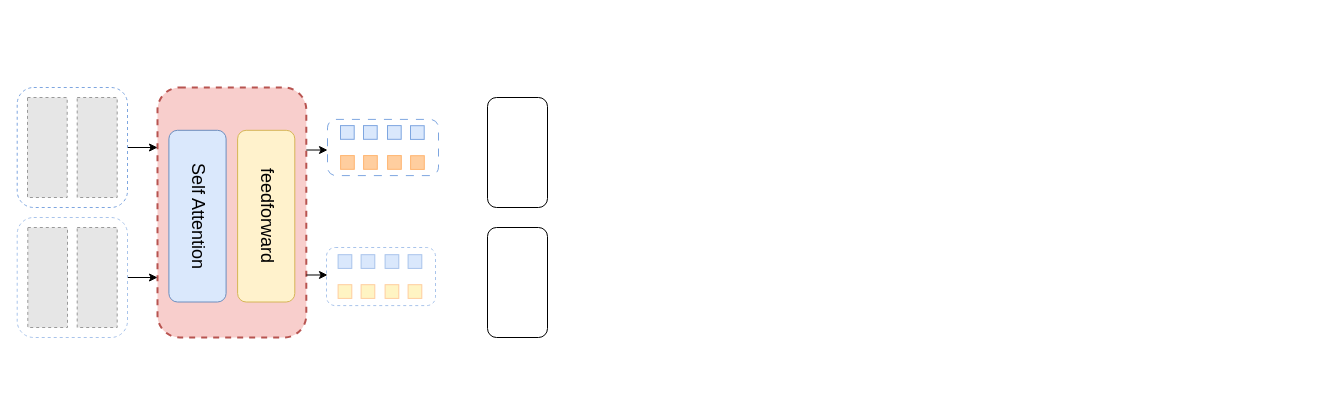
Earlier version of the draw.io diagram 11.17mulview.drawio (CZYdeGithub/drawio). Source tidied: cells renumbered, new cells numbered last; positions are measured from the earlier drawing's top-left corner, leaving out a move shared by most shapes. Both pictures are drawn from the tidied source at 100%, with x=0, y=0 at pixel (17, 87). Pictures stored in the file or linked from it are replaced by grey dashed boxes.
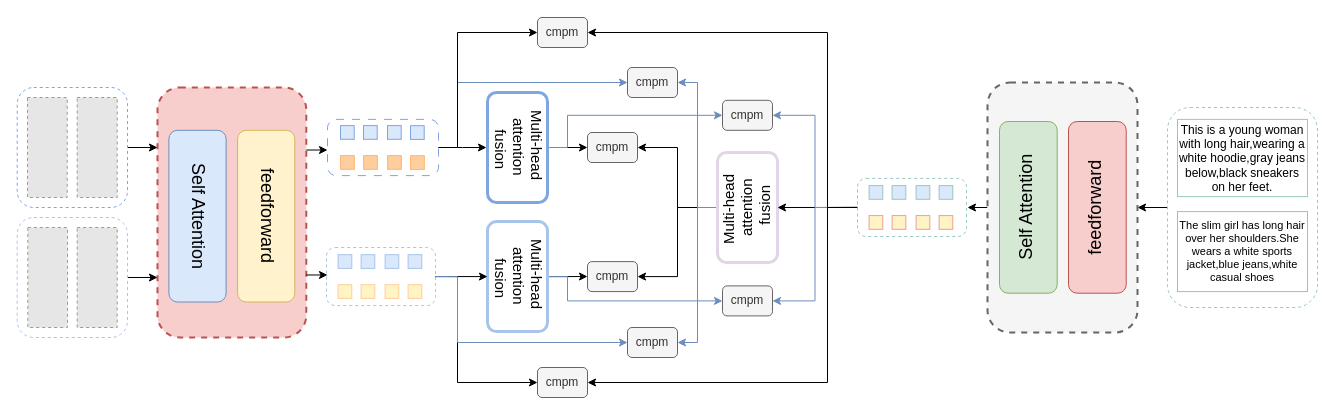
Above is the later version.

Unchanged cells that the change refers to:
```xml
<mxCell id="23" style="rounded=1;whiteSpace=wrap;html=1;fillColor=none;dashed=1;strokeColor=#A9C4EB;" parent="14" vertex="1">
  <mxGeometry width="109" height="58.1" as="geometry" />
</mxCell>
<mxCell id="33" style="rounded=1;whiteSpace=wrap;html=1;fillColor=none;strokeColor=#7EA6E0;dashed=1;dashPattern=8 8;" parent="24" vertex="1">
  <mxGeometry width="111" height="56.2" as="geometry" />
</mxCell>
```

Change to the diagram source:
```diff
@@
-    <mxCell id="2" style="group;" parent="1" vertex="1">
-      <mxGeometry x="-0.3" width="421.3" height="250" as="geometry" />
-    </mxCell>
+    <mxCell id="38" style="edgeStyle=orthogonalEdgeStyle;rounded=0;jettySize=auto;html=1;exitX=0;exitY=0.5;exitDx=0;exitDy=0;entryX=0;entryY=0.5;entryDx=0;entryDy=0;" parent="1" edge="1" source="36" target="51">
+      <mxGeometry relative="1" as="geometry" />
+    </mxCell>
+    <mxCell id="39" style="edgeStyle=orthogonalEdgeStyle;rounded=0;jettySize=auto;html=1;exitX=0;exitY=0.5;exitDx=0;exitDy=0;entryX=0;entryY=0.5;entryDx=0;entryDy=0;fillColor=#dae8fc;strokeColor=#6c8ebf;" parent="1" edge="1" source="36" target="60">
+      <mxGeometry relative="1" as="geometry">
+        <Array as="points">
+          <mxPoint x="550" y="60" />
+          <mxPoint x="550" y="28" />
+        </Array>
+      </mxGeometry>
+    </mxCell>
+    <mxCell id="36" value="Multi-head&amp;nbsp;&lt;div style=&quot;font-size: 15px;&quot;&gt;attention&lt;/div&gt;&lt;div style=&quot;font-size: 15px;&quot;&gt;&amp;nbsp;fusion&lt;/div&gt;" style="rounded=1;whiteSpace=wrap;html=1;direction=west;textDirection=vertical-rl;fontSize=15;strokeColor=#7EA6E0;strokeWidth=3;" parent="1" vertex="1">
+      <mxGeometry x="470" y="5" width="60" height="110" as="geometry" />
+    </mxCell>
+    <mxCell id="40" style="edgeStyle=orthogonalEdgeStyle;rounded=0;jettySize=auto;html=1;exitX=1;exitY=0.5;exitDx=0;exitDy=0;" parent="1" edge="1" source="37">
+      <mxGeometry relative="1" as="geometry">
+        <mxPoint x="570" y="189" as="targetPoint" />
+      </mxGeometry>
+    </mxCell>
+    <mxCell id="41" style="edgeStyle=orthogonalEdgeStyle;rounded=0;jettySize=auto;html=1;exitX=1;exitY=0.5;exitDx=0;exitDy=0;entryX=0;entryY=0.5;entryDx=0;entryDy=0;fillColor=#dae8fc;strokeColor=#6c8ebf;" parent="1" edge="1" source="37" target="61">
+      <mxGeometry relative="1" as="geometry">
+        <Array as="points">
+          <mxPoint x="550" y="189" />
+          <mxPoint x="550" y="213" />
+        </Array>
+      </mxGeometry>
+    </mxCell>
+    <mxCell id="37" value="&lt;span style=&quot;font-size: 15px;&quot;&gt;Multi-head&amp;nbsp;&lt;/span&gt;&lt;div style=&quot;font-size: 15px;&quot;&gt;attention&lt;/div&gt;&lt;div style=&quot;font-size: 15px;&quot;&gt;&amp;nbsp;fusion&lt;/div&gt;" style="rounded=1;whiteSpace=wrap;html=1;textDirection=vertical-rl;strokeColor=#A9C4EB;strokeWidth=3;" parent="1" vertex="1">
+      <mxGeometry x="470" y="134.1" width="60" height="110" as="geometry" />
+    </mxCell>
+    <mxCell id="42" style="edgeStyle=orthogonalEdgeStyle;rounded=0;jettySize=auto;html=1;exitX=1;exitY=0.5;exitDx=0;exitDy=0;" parent="1" edge="1" source="33">
+      <mxGeometry relative="1" as="geometry">
+        <mxPoint x="469" y="60" as="targetPoint" />
+      </mxGeometry>
+    </mxCell>
+    <mxCell id="43" style="edgeStyle=orthogonalEdgeStyle;rounded=0;jettySize=auto;html=1;exitX=1;exitY=0.5;exitDx=0;exitDy=0;entryX=0;entryY=0.5;entryDx=0;entryDy=0;" parent="1" edge="1" source="23" target="37">
+      <mxGeometry relative="1" as="geometry" />
+    </mxCell>
+    <mxCell id="44" style="edgeStyle=orthogonalEdgeStyle;rounded=0;jettySize=auto;html=1;exitX=1;exitY=0.5;exitDx=0;exitDy=0;entryX=1;entryY=0.5;entryDx=0;entryDy=0;" parent="1" edge="1" source="48" target="51">
+      <mxGeometry relative="1" as="geometry" />
+    </mxCell>
+    <mxCell id="45" style="edgeStyle=orthogonalEdgeStyle;rounded=0;jettySize=auto;html=1;entryX=1;entryY=0.5;entryDx=0;entryDy=0;" parent="1" edge="1" source="48" target="50">
+      <mxGeometry relative="1" as="geometry" />
+    </mxCell>
+    <mxCell id="46" style="edgeStyle=orthogonalEdgeStyle;rounded=0;jettySize=auto;html=1;exitX=1;exitY=0.5;exitDx=0;exitDy=0;entryX=1;entryY=0.5;entryDx=0;entryDy=0;fillColor=#dae8fc;strokeColor=#6c8ebf;" parent="1" edge="1" source="48" target="54">
+      <mxGeometry relative="1" as="geometry" />
+    </mxCell>
+    <mxCell id="47" style="edgeStyle=orthogonalEdgeStyle;rounded=0;jettySize=auto;html=1;exitX=1;exitY=0.5;exitDx=0;exitDy=0;entryX=1;entryY=0.5;entryDx=0;entryDy=0;fillColor=#dae8fc;strokeColor=#6c8ebf;" parent="1" edge="1" source="48" target="55">
+      <mxGeometry relative="1" as="geometry" />
+    </mxCell>
+    <mxCell id="48" value="Multi-head&amp;nbsp;&lt;div style=&quot;font-size: 15px;&quot;&gt;attention&lt;/div&gt;&lt;div style=&quot;font-size: 15px;&quot;&gt;&amp;nbsp;fusion&lt;/div&gt;" style="rounded=1;whiteSpace=wrap;html=1;direction=east;textDirection=vertical-rl;fontSize=15;strokeColor=#E1D5E7;flipV=1;flipH=1;rotation=-180;strokeWidth=3;" parent="1" vertex="1">
+      <mxGeometry x="700" y="65" width="60" height="110" as="geometry" />
+    </mxCell>
+    <mxCell id="49" value="This is a young woman with long hair,wearing a white hoodie,gray jeans below,black sneakers on her feet." style="text;html=1;align=center;verticalAlign=middle;whiteSpace=wrap;rounded=0;strokeColor=#9AC7BF;fontSize=12;direction=south;" parent="1" vertex="1">
+      <mxGeometry x="1160" y="31.9" width="130" height="77.2" as="geometry" />
+    </mxCell>
+    <mxCell id="50" value="cmpm" style="rounded=1;whiteSpace=wrap;html=1;fillColor=#f5f5f5;fontColor=#333333;strokeColor=#666666;" parent="1" vertex="1">
+      <mxGeometry x="570" y="174.1" width="50" height="30" as="geometry" />
+    </mxCell>
+    <mxCell id="51" value="cmpm" style="rounded=1;whiteSpace=wrap;html=1;fillColor=#f5f5f5;fontColor=#333333;strokeColor=#666666;" parent="1" vertex="1">
+      <mxGeometry x="570" y="45" width="50" height="30" as="geometry" />
+    </mxCell>
-    <mxCell id="3" style="rounded=1;whiteSpace=wrap;html=1;fillColor=#f8cecc;strokeColor=#b85450;dashed=1;strokeWidth=2;" parent="2" vertex="1">
-      <mxGeometry x="140.3" width="148.8" height="250" as="geometry" />
+    <mxCell id="3" style="rounded=1;whiteSpace=wrap;html=1;fillColor=#f8cecc;strokeColor=#b85450;dashed=1;strokeWidth=2;" parent="1" vertex="1">
+      <mxGeometry x="140" width="148.8" height="250" as="geometry" />
     </mxCell>
-    <mxCell id="4" value="Self Attention" style="rounded=1;whiteSpace=wrap;html=1;textDirection=vertical-lr;fontSize=18;fillColor=#dae8fc;strokeColor=#6c8ebf;" parent="2" vertex="1">
-      <mxGeometry x="151.7" y="42.8" width="57.2" height="171.7" as="geometry" />
+    <mxCell id="4" value="Self Attention" style="rounded=1;whiteSpace=wrap;html=1;textDirection=vertical-lr;fontSize=18;fillColor=#dae8fc;strokeColor=#6c8ebf;" parent="1" vertex="1">
+      <mxGeometry x="151.4" y="42.8" width="57.2" height="171.7" as="geometry" />
     </mxCell>
-    <mxCell id="5" value="feedforward" style="rounded=1;whiteSpace=wrap;html=1;textDirection=vertical-lr;fontSize=18;fillColor=#fff2cc;strokeColor=#d6b656;" parent="2" vertex="1">
-      <mxGeometry x="220.4" y="42.8" width="57.2" height="171.7" as="geometry" />
+    <mxCell id="5" value="feedforward" style="rounded=1;whiteSpace=wrap;html=1;textDirection=vertical-lr;fontSize=18;fillColor=#fff2cc;strokeColor=#d6b656;" parent="1" vertex="1">
+      <mxGeometry x="220.1" y="42.8" width="57.2" height="171.7" as="geometry" />
     </mxCell>
-    <mxCell id="6" style="fillColor=#E6E6E6;strokeColor=#999999;dashed=1;verticalLabelPosition=bottom;labelBackgroundColor=default;verticalAlign=top;" parent="2" vertex="1">
-      <mxGeometry x="10.3" y="10" width="39.7" height="100" as="geometry" />
+    <mxCell id="6" style="fillColor=#E6E6E6;strokeColor=#999999;dashed=1;verticalLabelPosition=bottom;labelBackgroundColor=default;verticalAlign=top;" parent="1" vertex="1">
+      <mxGeometry x="10" y="10" width="39.7" height="100" as="geometry" />
     </mxCell>
-    <mxCell id="7" style="fillColor=#E6E6E6;strokeColor=#999999;dashed=1;verticalLabelPosition=bottom;labelBackgroundColor=default;verticalAlign=top;" parent="2" vertex="1">
-      <mxGeometry x="60" y="10" width="40" height="100" as="geometry" />
+    <mxCell id="7" style="fillColor=#E6E6E6;strokeColor=#999999;dashed=1;verticalLabelPosition=bottom;labelBackgroundColor=default;verticalAlign=top;" parent="1" vertex="1">
+      <mxGeometry x="59.7" y="10" width="40" height="100" as="geometry" />
     </mxCell>
-    <mxCell id="8" style="edgeStyle=orthogonalEdgeStyle;rounded=0;jettySize=auto;html=1;exitX=1;exitY=0.5;exitDx=0;exitDy=0;" parent="2" edge="1" source="9">
+    <mxCell id="8" style="edgeStyle=orthogonalEdgeStyle;rounded=0;jettySize=auto;html=1;exitX=1;exitY=0.5;exitDx=0;exitDy=0;" parent="1" edge="1" source="9">
       <mxGeometry relative="1" as="geometry">
-        <mxPoint x="140.3" y="60" as="targetPoint" />
+        <mxPoint x="140" y="60" as="targetPoint" />
       </mxGeometry>
     </mxCell>
-    <mxCell id="9" style="rounded=1;whiteSpace=wrap;html=1;fillColor=none;dashed=1;strokeColor=#7EA6E0;" parent="2" vertex="1">
-      <mxGeometry width="110.3" height="120" as="geometry" />
+    <mxCell id="9" style="rounded=1;whiteSpace=wrap;html=1;fillColor=none;dashed=1;strokeColor=#7EA6E0;" parent="1" vertex="1">
+      <mxGeometry x="-0.3" width="110.3" height="120" as="geometry" />
     </mxCell>
-    <mxCell id="10" style="edgeStyle=orthogonalEdgeStyle;rounded=0;jettySize=auto;html=1;exitX=1;exitY=0.5;exitDx=0;exitDy=0;" parent="2" edge="1" source="13">
+    <mxCell id="10" style="edgeStyle=orthogonalEdgeStyle;rounded=0;jettySize=auto;html=1;exitX=1;exitY=0.5;exitDx=0;exitDy=0;" parent="1" edge="1" source="13">
       <mxGeometry relative="1" as="geometry">
-        <mxPoint x="140.3" y="190" as="targetPoint" />
+        <mxPoint x="140" y="190" as="targetPoint" />
       </mxGeometry>
     </mxCell>
-    <mxCell id="11" style="fillColor=#E6E6E6;strokeColor=#999999;dashed=1;verticalLabelPosition=bottom;labelBackgroundColor=default;verticalAlign=top;" parent="2" vertex="1">
-      <mxGeometry x="10.6" y="140" width="39.7" height="100" as="geometry" />
+    <mxCell id="11" style="fillColor=#E6E6E6;strokeColor=#999999;dashed=1;verticalLabelPosition=bottom;labelBackgroundColor=default;verticalAlign=top;" parent="1" vertex="1">
+      <mxGeometry x="10.3" y="140" width="39.7" height="100" as="geometry" />
     </mxCell>
-    <mxCell id="12" style="fillColor=#E6E6E6;strokeColor=#999999;dashed=1;verticalLabelPosition=bottom;labelBackgroundColor=default;verticalAlign=top;" parent="2" vertex="1">
-      <mxGeometry x="60" y="140" width="40" height="100" as="geometry" />
+    <mxCell id="12" style="fillColor=#E6E6E6;strokeColor=#999999;dashed=1;verticalLabelPosition=bottom;labelBackgroundColor=default;verticalAlign=top;" parent="1" vertex="1">
+      <mxGeometry x="59.7" y="140" width="40" height="100" as="geometry" />
     </mxCell>
-    <mxCell id="13" style="rounded=1;whiteSpace=wrap;html=1;fillColor=none;strokeColor=#A9C4EB;dashed=1;" parent="2" vertex="1">
-      <mxGeometry y="130" width="110.3" height="120" as="geometry" />
+    <mxCell id="13" style="rounded=1;whiteSpace=wrap;html=1;fillColor=none;strokeColor=#A9C4EB;dashed=1;" parent="1" vertex="1">
+      <mxGeometry x="-0.3" y="130" width="110.3" height="120" as="geometry" />
     </mxCell>
-    <mxCell id="14" style="group;" parent="2" vertex="1">
-      <mxGeometry x="309.3" y="160" width="109" height="58.1" as="geometry" />
+    <mxCell id="14" style="group;" parent="1" vertex="1">
+      <mxGeometry x="309" y="160" width="109" height="58.1" as="geometry" />
     </mxCell>
@@
-    <mxCell id="24" style="group;" parent="2" vertex="1">
-      <mxGeometry x="310.3" y="31.9" width="111" height="56.2" as="geometry" />
+    <mxCell id="24" style="group;" parent="1" vertex="1">
+      <mxGeometry x="310" y="31.9" width="111" height="56.2" as="geometry" />
     </mxCell>
@@
-    <mxCell id="34" style="edgeStyle=orthogonalEdgeStyle;rounded=0;jettySize=auto;html=1;exitX=1;exitY=0.25;exitDx=0;exitDy=0;entryX=0;entryY=0.545;entryDx=0;entryDy=0;entryPerimeter=0;" parent="2" edge="1" source="3" target="33">
+    <mxCell id="34" style="edgeStyle=orthogonalEdgeStyle;rounded=0;jettySize=auto;html=1;exitX=1;exitY=0.25;exitDx=0;exitDy=0;entryX=0;entryY=0.545;entryDx=0;entryDy=0;entryPerimeter=0;" parent="1" edge="1" source="3" target="33">
       <mxGeometry relative="1" as="geometry" />
     </mxCell>
-    <mxCell id="35" style="edgeStyle=orthogonalEdgeStyle;rounded=0;jettySize=auto;html=1;exitX=1;exitY=0.75;exitDx=0;exitDy=0;entryX=0.009;entryY=0.473;entryDx=0;entryDy=0;entryPerimeter=0;" parent="2" edge="1" source="3" target="23">
+    <mxCell id="35" style="edgeStyle=orthogonalEdgeStyle;rounded=0;jettySize=auto;html=1;exitX=1;exitY=0.75;exitDx=0;exitDy=0;entryX=0.009;entryY=0.473;entryDx=0;entryDy=0;entryPerimeter=0;" parent="1" edge="1" source="3" target="23">
       <mxGeometry relative="1" as="geometry" />
     </mxCell>
-    <mxCell id="36" style="rounded=1;whiteSpace=wrap;html=1;" parent="1" vertex="1">
-      <mxGeometry x="470" y="10" width="60" height="110" as="geometry" />
-    </mxCell>
-    <mxCell id="37" style="rounded=1;whiteSpace=wrap;html=1;" parent="1" vertex="1">
-      <mxGeometry x="470" y="140" width="60" height="110" as="geometry" />
-    </mxCell>
+    <mxCell id="52" value="cmpm" style="rounded=1;whiteSpace=wrap;html=1;fillColor=#f5f5f5;fontColor=#333333;strokeColor=#666666;" parent="1" vertex="1">
+      <mxGeometry x="520" y="280" width="50" height="30" as="geometry" />
+    </mxCell>
+    <mxCell id="53" value="cmpm" style="rounded=1;whiteSpace=wrap;html=1;fillColor=#f5f5f5;fontColor=#333333;strokeColor=#666666;" parent="1" vertex="1">
+      <mxGeometry x="520" y="-70" width="50" height="30" as="geometry" />
+    </mxCell>
+    <mxCell id="54" value="cmpm" style="rounded=1;whiteSpace=wrap;html=1;fillColor=#f5f5f5;fontColor=#333333;strokeColor=#666666;" parent="1" vertex="1">
+      <mxGeometry x="610" y="-20" width="50" height="30" as="geometry" />
+    </mxCell>
+    <mxCell id="55" value="cmpm" style="rounded=1;whiteSpace=wrap;html=1;fillColor=#f5f5f5;fontColor=#333333;strokeColor=#666666;" parent="1" vertex="1">
+      <mxGeometry x="610" y="240" width="50" height="30" as="geometry" />
+    </mxCell>
+    <mxCell id="56" style="edgeStyle=orthogonalEdgeStyle;rounded=0;jettySize=auto;html=1;exitX=1;exitY=0.5;exitDx=0;exitDy=0;entryX=0;entryY=0.5;entryDx=0;entryDy=0;fillColor=#dae8fc;strokeColor=#6c8ebf;" parent="1" edge="1" source="33" target="54">
+      <mxGeometry relative="1" as="geometry">
+        <Array as="points">
+          <mxPoint x="440" y="60" />
+          <mxPoint x="440" y="-5" />
+        </Array>
+      </mxGeometry>
+    </mxCell>
+    <mxCell id="57" style="edgeStyle=orthogonalEdgeStyle;rounded=0;jettySize=auto;html=1;exitX=1;exitY=0.5;exitDx=0;exitDy=0;entryX=0;entryY=0.5;entryDx=0;entryDy=0;" parent="1" edge="1" source="23" target="52">
+      <mxGeometry relative="1" as="geometry">
+        <Array as="points">
+          <mxPoint x="440" y="189" />
+          <mxPoint x="440" y="295" />
+        </Array>
+      </mxGeometry>
+    </mxCell>
+    <mxCell id="58" style="edgeStyle=orthogonalEdgeStyle;rounded=0;jettySize=auto;html=1;exitX=1;exitY=0.5;exitDx=0;exitDy=0;entryX=0;entryY=0.5;entryDx=0;entryDy=0;" parent="1" edge="1" source="33" target="53">
+      <mxGeometry relative="1" as="geometry">
+        <Array as="points">
+          <mxPoint x="440" y="60" />
+          <mxPoint x="440" y="-55" />
+        </Array>
+      </mxGeometry>
+    </mxCell>
+    <mxCell id="59" style="edgeStyle=orthogonalEdgeStyle;rounded=0;jettySize=auto;html=1;exitX=1;exitY=0.5;exitDx=0;exitDy=0;entryX=0;entryY=0.5;entryDx=0;entryDy=0;fillColor=#dae8fc;strokeColor=#6c8ebf;" parent="1" edge="1" source="23" target="55">
+      <mxGeometry relative="1" as="geometry">
+        <Array as="points">
+          <mxPoint x="440" y="189" />
+          <mxPoint x="440" y="255" />
+        </Array>
+      </mxGeometry>
+    </mxCell>
+    <mxCell id="60" value="cmpm" style="rounded=1;whiteSpace=wrap;html=1;fillColor=#f5f5f5;fontColor=#333333;strokeColor=#666666;" parent="1" vertex="1">
+      <mxGeometry x="705" y="12.8" width="50" height="30" as="geometry" />
+    </mxCell>
+    <mxCell id="61" value="cmpm" style="rounded=1;whiteSpace=wrap;html=1;fillColor=#f5f5f5;fontColor=#333333;strokeColor=#666666;" parent="1" vertex="1">
+      <mxGeometry x="705" y="198.4" width="50" height="30" as="geometry" />
+    </mxCell>
+    <mxCell id="62" value="The slim girl has long hair over her shoulders.She wears a white sports jacket,blue jeans,white casual shoes" style="text;html=1;align=center;verticalAlign=middle;whiteSpace=wrap;rounded=0;strokeColor=#F19C99;fontSize=11;direction=south;" parent="1" vertex="1">
+      <mxGeometry x="1160" y="124.1" width="130" height="80" as="geometry" />
+    </mxCell>
+    <mxCell id="63" style="edgeStyle=orthogonalEdgeStyle;rounded=0;jettySize=auto;html=1;exitX=0;exitY=0.5;exitDx=0;exitDy=0;entryX=1;entryY=0.5;entryDx=0;entryDy=0;" parent="1" edge="1" source="64" target="81">
+      <mxGeometry relative="1" as="geometry" />
+    </mxCell>
+    <mxCell id="64" style="rounded=1;whiteSpace=wrap;html=1;fillColor=none;strokeColor=#9AC7BF;dashed=1;" parent="1" vertex="1">
+      <mxGeometry x="1150" y="20" width="150" height="200" as="geometry" />
+    </mxCell>
+    <mxCell id="65" style="edgeStyle=orthogonalEdgeStyle;rounded=0;jettySize=auto;html=1;exitX=0;exitY=0.5;exitDx=0;exitDy=0;entryX=0;entryY=0.5;entryDx=0;entryDy=0;" parent="1" edge="1" source="78" target="48">
+      <mxGeometry relative="1" as="geometry" />
+    </mxCell>
+    <mxCell id="66" style="edgeStyle=orthogonalEdgeStyle;rounded=0;jettySize=auto;html=1;exitX=0;exitY=0.5;exitDx=0;exitDy=0;entryX=1;entryY=0.5;entryDx=0;entryDy=0;fillColor=#dae8fc;strokeColor=#6c8ebf;" parent="1" edge="1" source="78" target="60">
+      <mxGeometry relative="1" as="geometry" />
+    </mxCell>
+    <mxCell id="67" style="edgeStyle=orthogonalEdgeStyle;rounded=0;jettySize=auto;html=1;exitX=0;exitY=0.5;exitDx=0;exitDy=0;entryX=1;entryY=0.5;entryDx=0;entryDy=0;fillColor=#dae8fc;strokeColor=#6c8ebf;" parent="1" edge="1" source="78" target="61">
+      <mxGeometry relative="1" as="geometry" />
+    </mxCell>
+    <mxCell id="68" style="edgeStyle=orthogonalEdgeStyle;rounded=0;jettySize=auto;html=1;exitX=0;exitY=0.5;exitDx=0;exitDy=0;entryX=1;entryY=0.5;entryDx=0;entryDy=0;" parent="1" edge="1" source="78" target="53">
+      <mxGeometry relative="1" as="geometry">
+        <Array as="points">
+          <mxPoint x="810" y="120" />
+          <mxPoint x="810" y="-55" />
+        </Array>
+      </mxGeometry>
+    </mxCell>
+    <mxCell id="69" style="edgeStyle=orthogonalEdgeStyle;rounded=0;jettySize=auto;html=1;exitX=0;exitY=0.5;exitDx=0;exitDy=0;entryX=1;entryY=0.5;entryDx=0;entryDy=0;" parent="1" edge="1" source="78" target="52">
+      <mxGeometry relative="1" as="geometry">
+        <Array as="points">
+          <mxPoint x="810" y="120" />
+          <mxPoint x="810" y="295" />
+        </Array>
+      </mxGeometry>
+    </mxCell>
+    <mxCell id="70" style="whiteSpace=wrap;html=1;direction=west;fillColor=#dae8fc;strokeColor=#9AC7BF;" parent="1" vertex="1">
+      <mxGeometry x="874.6" y="98.1" width="13.7" height="13.7" as="geometry" />
+    </mxCell>
+    <mxCell id="71" style="whiteSpace=wrap;html=1;direction=west;fillColor=#dae8fc;strokeColor=#9AC7BF;" parent="1" vertex="1">
+      <mxGeometry x="851.6" y="98.1" width="13.7" height="13.7" as="geometry" />
+    </mxCell>
+    <mxCell id="72" style="whiteSpace=wrap;html=1;direction=west;fillColor=#dae8fc;strokeColor=#9AC7BF;" parent="1" vertex="1">
+      <mxGeometry x="898.6" y="98.1" width="13.7" height="13.7" as="geometry" />
+    </mxCell>
+    <mxCell id="73" style="whiteSpace=wrap;html=1;direction=west;fillColor=#dae8fc;strokeColor=#9AC7BF;" parent="1" vertex="1">
+      <mxGeometry x="921.6" y="98.1" width="13.7" height="13.7" as="geometry" />
+    </mxCell>
+    <mxCell id="74" style="whiteSpace=wrap;html=1;direction=west;fillColor=#FFF4C3;strokeColor=#F19C99;" parent="1" vertex="1">
+      <mxGeometry x="851.6" y="128.1" width="13.7" height="13.7" as="geometry" />
+    </mxCell>
+    <mxCell id="75" style="whiteSpace=wrap;html=1;direction=west;fillColor=#FFF4C3;strokeColor=#F19C99;" parent="1" vertex="1">
+      <mxGeometry x="898.6" y="128.1" width="13.7" height="13.7" as="geometry" />
+    </mxCell>
+    <mxCell id="76" style="whiteSpace=wrap;html=1;direction=west;fillColor=#FFF4C3;strokeColor=#F19C99;" parent="1" vertex="1">
+      <mxGeometry x="874.6" y="128.1" width="13.7" height="13.7" as="geometry" />
+    </mxCell>
+    <mxCell id="77" style="whiteSpace=wrap;html=1;direction=west;fillColor=#FFF4C3;strokeColor=#F19C99;" parent="1" vertex="1">
+      <mxGeometry x="921.6" y="128.1" width="13.7" height="13.7" as="geometry" />
+    </mxCell>
+    <mxCell id="78" style="rounded=1;whiteSpace=wrap;html=1;fillColor=none;dashed=1;strokeColor=#9AC7BF;" parent="1" vertex="1">
+      <mxGeometry x="840" y="90.9" width="109" height="58.1" as="geometry" />
+    </mxCell>
+    <mxCell id="79" style="group;rotation=-180;" parent="1" vertex="1">
+      <mxGeometry x="970" y="-5" width="150" height="250" as="geometry" />
+    </mxCell>
+    <mxCell id="80" style="edgeStyle=orthogonalEdgeStyle;rounded=0;jettySize=auto;html=1;exitX=0;exitY=0.5;exitDx=0;exitDy=0;" parent="79" edge="1" source="81">
+      <mxGeometry relative="1" as="geometry">
+        <mxPoint x="-20" y="124.9" as="targetPoint" />
+      </mxGeometry>
+    </mxCell>
+    <mxCell id="81" style="rounded=1;whiteSpace=wrap;html=1;fillColor=#f5f5f5;strokeColor=#666666;dashed=1;strokeWidth=2;direction=west;fontColor=#333333;rotation=-180;" parent="79" vertex="1">
+      <mxGeometry width="150" height="250" as="geometry" />
+    </mxCell>
+    <mxCell id="82" value="Self Attention" style="rounded=1;whiteSpace=wrap;html=1;textDirection=vertical-lr;fontSize=18;fillColor=#d5e8d4;strokeColor=#82b366;rotation=-180;" parent="79" vertex="1">
+      <mxGeometry x="12" y="39" width="57.7" height="171.7" as="geometry" />
+    </mxCell>
+    <mxCell id="83" value="feedforward" style="rounded=1;whiteSpace=wrap;html=1;textDirection=vertical-rl;fontSize=18;fillColor=#f8cecc;strokeColor=#b85450;rotation=-180;" parent="79" vertex="1">
+      <mxGeometry x="81" y="39" width="57.7" height="171.7" as="geometry" />
+    </mxCell>
```
